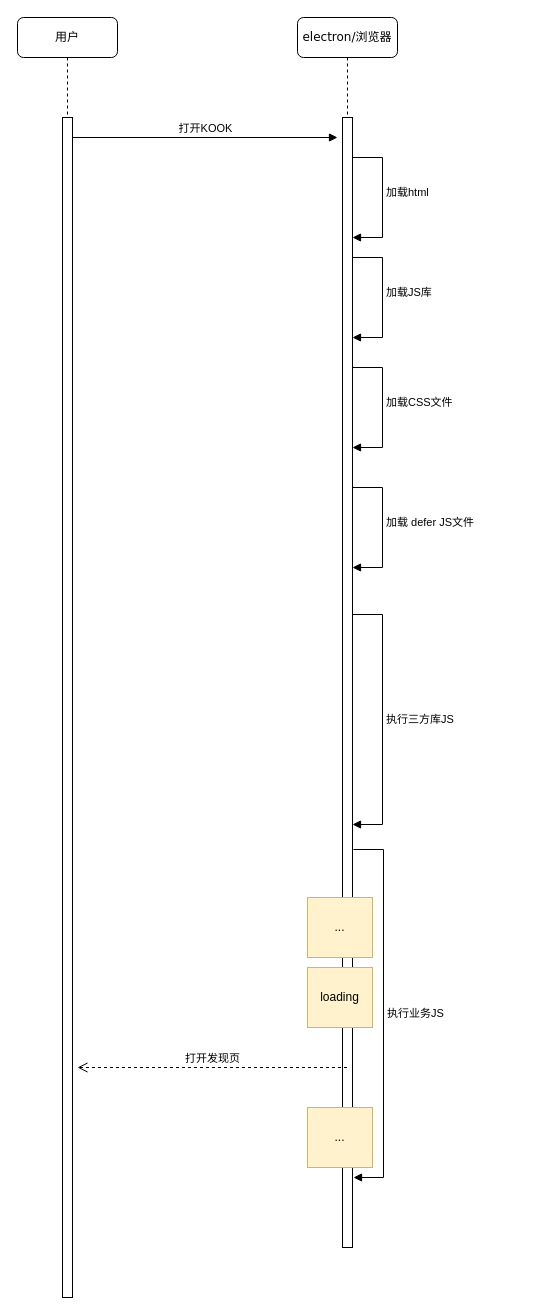
Earlier version of the draw.io diagram KOOK启动.drawio (ccccccp/draw-io). Source tidied: cells renumbered, new cells numbered last; positions are measured from the earlier drawing's top-left corner, leaving out a move shared by most shapes. Both pictures are drawn from the tidied source at 100%, with x=0, y=0 at pixel (17, 17).
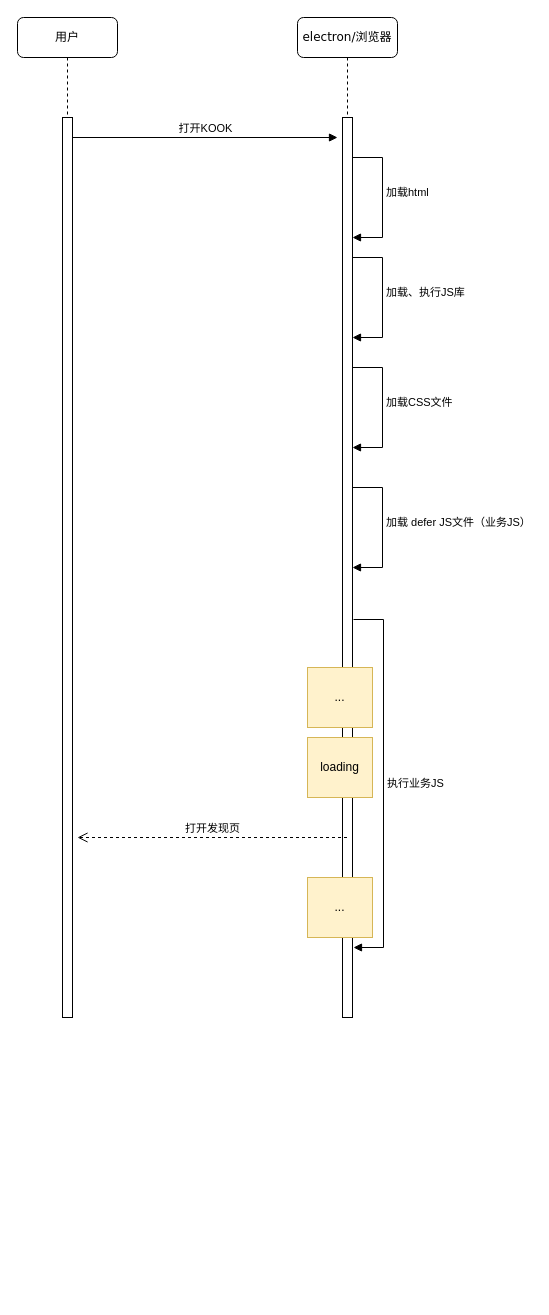
The same page after the edit.

Diff of the diagram source:
```diff
@@
     <mxCell id="2" value="用户" style="shape=umlLifeline;perimeter=lifelinePerimeter;whiteSpace=wrap;html=1;rounded=1;shadow=0;comic=0;labelBackgroundColor=none;strokeWidth=1;fontFamily=Verdana;fontSize=12;align=center;" parent="1" vertex="1">
-      <mxGeometry width="100" height="1280" as="geometry" />
+      <mxGeometry width="100" height="1000" as="geometry" />
     </mxCell>
     <mxCell id="3" style="html=1;perimeter=orthogonalPerimeter;rounded=0;shadow=0;comic=0;labelBackgroundColor=none;strokeWidth=1;fontFamily=Verdana;fontSize=12;align=center;" parent="2" vertex="1">
-      <mxGeometry x="45" y="100" width="10" height="1180" as="geometry" />
+      <mxGeometry x="45" y="100" width="10" height="900" as="geometry" />
     </mxCell>
@@
     <mxCell id="5" value="electron/浏览器" style="shape=umlLifeline;perimeter=lifelinePerimeter;whiteSpace=wrap;html=1;outlineConnect=0;rounded=1;shadow=0;comic=0;labelBackgroundColor=none;strokeWidth=1;fontFamily=Verdana;fontSize=12;align=center;" parent="1" vertex="1">
-      <mxGeometry x="280" width="100" height="1230" as="geometry" />
+      <mxGeometry x="280" width="100" height="1000" as="geometry" />
     </mxCell>
     <mxCell id="6" style="html=1;perimeter=orthogonalPerimeter;rounded=0;shadow=0;comic=0;labelBackgroundColor=none;strokeWidth=1;fontFamily=Verdana;fontSize=12;align=center;" parent="5" vertex="1">
-      <mxGeometry x="45" y="100" width="10" height="1130" as="geometry" />
+      <mxGeometry x="45" y="100" width="10" height="900" as="geometry" />
     </mxCell>
     <mxCell id="7" value="loading" style="rounded=0;whiteSpace=wrap;html=1;fillColor=#fff2cc;strokeColor=#d6b656;" parent="5" vertex="1">
-      <mxGeometry x="10" y="950" width="65" height="60" as="geometry" />
+      <mxGeometry x="10" y="720" width="65" height="60" as="geometry" />
     </mxCell>
     <mxCell id="8" value="..." style="rounded=0;whiteSpace=wrap;html=1;fillColor=#fff2cc;strokeColor=#d6b656;" parent="5" vertex="1">
-      <mxGeometry x="10" y="1090" width="65" height="60" as="geometry" />
+      <mxGeometry x="10" y="860" width="65" height="60" as="geometry" />
     </mxCell>
     <mxCell id="9" value="..." style="rounded=0;whiteSpace=wrap;html=1;fillColor=#fff2cc;strokeColor=#d6b656;" parent="5" vertex="1">
-      <mxGeometry x="10" y="880" width="65" height="60" as="geometry" />
+      <mxGeometry x="10" y="650" width="65" height="60" as="geometry" />
     </mxCell>
-    <mxCell id="10" value="执行三方库JS" style="html=1;align=left;spacingLeft=2;endArrow=block;rounded=0;edgeStyle=orthogonalEdgeStyle;curved=0;rounded=0;" parent="1" edge="1">
-      <mxGeometry relative="1" as="geometry">
-        <mxPoint x="335" y="597" as="sourcePoint" />
-        <mxPoint x="335" y="807" as="targetPoint" />
-        <Array as="points">
-          <mxPoint x="365" y="597" />
-          <mxPoint x="365" y="807" />
-          <mxPoint x="335" y="807" />
-        </Array>
-      </mxGeometry>
-    </mxCell>
@@
-    <mxCell id="12" value="加载JS库" style="html=1;align=left;spacingLeft=2;endArrow=block;rounded=0;edgeStyle=orthogonalEdgeStyle;curved=0;rounded=0;" parent="1" edge="1">
+    <mxCell id="12" value="加载、执行JS库" style="html=1;align=left;spacingLeft=2;endArrow=block;rounded=0;edgeStyle=orthogonalEdgeStyle;curved=0;rounded=0;" parent="1" edge="1">
       <mxGeometry relative="1" as="geometry">
         <mxPoint x="345" y="240" as="sourcePoint" />
         <mxPoint x="335" y="320" as="targetPoint" />
         <Array as="points">
           <mxPoint x="335" y="240" />
           <mxPoint x="365" y="240" />
           <mxPoint x="365" y="320" />
           <mxPoint x="335" y="320" />
         </Array>
       </mxGeometry>
     </mxCell>
@@
-    <mxCell id="14" value="加载 defer JS文件" style="html=1;align=left;spacingLeft=2;endArrow=block;rounded=0;edgeStyle=orthogonalEdgeStyle;curved=0;rounded=0;" parent="1" edge="1">
+    <mxCell id="14" value="加载 defer JS文件（业务JS）" style="html=1;align=left;spacingLeft=2;endArrow=block;rounded=0;edgeStyle=orthogonalEdgeStyle;curved=0;rounded=0;" parent="1" edge="1">
       <mxGeometry relative="1" as="geometry">
         <mxPoint x="345" y="470" as="sourcePoint" />
         <mxPoint x="335" y="550" as="targetPoint" />
         <Array as="points">
           <mxPoint x="335" y="470" />
           <mxPoint x="365" y="470" />
           <mxPoint x="365" y="550" />
           <mxPoint x="335" y="550" />
         </Array>
       </mxGeometry>
     </mxCell>
     <mxCell id="15" value="执行业务JS" style="html=1;align=left;spacingLeft=2;endArrow=block;rounded=0;edgeStyle=orthogonalEdgeStyle;curved=0;rounded=0;" parent="1" edge="1">
       <mxGeometry relative="1" as="geometry">
-        <mxPoint x="336" y="832" as="sourcePoint" />
-        <mxPoint x="336" y="1160" as="targetPoint" />
+        <mxPoint x="336" y="602" as="sourcePoint" />
+        <mxPoint x="336" y="930" as="targetPoint" />
         <Array as="points">
-          <mxPoint x="366" y="832" />
-          <mxPoint x="366" y="1160" />
-          <mxPoint x="336" y="1160" />
+          <mxPoint x="366" y="602" />
+          <mxPoint x="366" y="930" />
+          <mxPoint x="336" y="930" />
         </Array>
       </mxGeometry>
     </mxCell>
-    <mxCell id="16" value="打开发现页" style="html=1;verticalAlign=bottom;endArrow=open;dashed=1;endSize=8;curved=0;rounded=0;" parent="1" edge="1" source="5">
+    <mxCell id="16" value="打开发现页" style="html=1;verticalAlign=bottom;endArrow=open;dashed=1;endSize=8;curved=0;rounded=0;" parent="1" edge="1">
       <mxGeometry relative="1" as="geometry">
-        <mxPoint x="60" y="1050" as="targetPoint" />
+        <mxPoint x="329.5" y="820" as="sourcePoint" />
+        <mxPoint x="60" y="820" as="targetPoint" />
       </mxGeometry>
     </mxCell>
```
